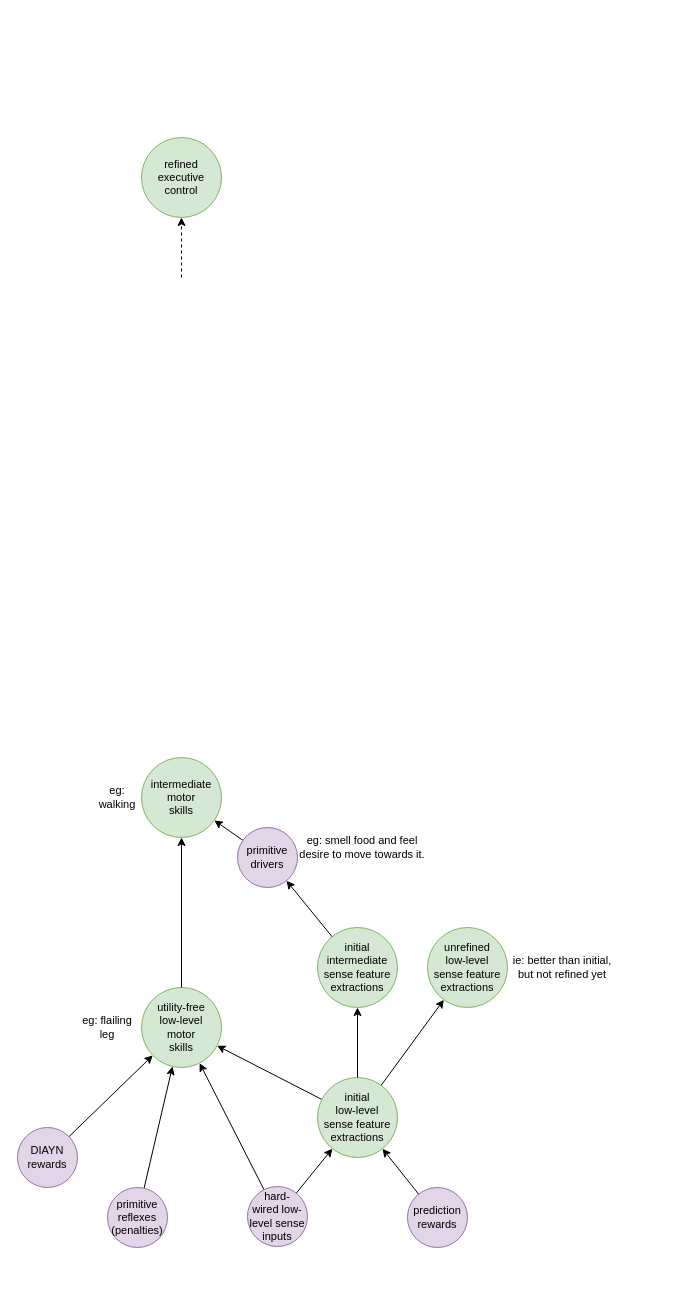
Above: page "dependency-graph" (11 of 11) of files/An-agi-architecture-v1.drawio in malcolmlett/malcolmlett.github.io (draw.io), before the change. Source tidied: cells renumbered, new cells numbered last; positions are measured from the earlier drawing's top-left corner, leaving out a move shared by most shapes. Both pictures are drawn from the tidied source at 100%, with x=0, y=0 at pixel (17, 137).
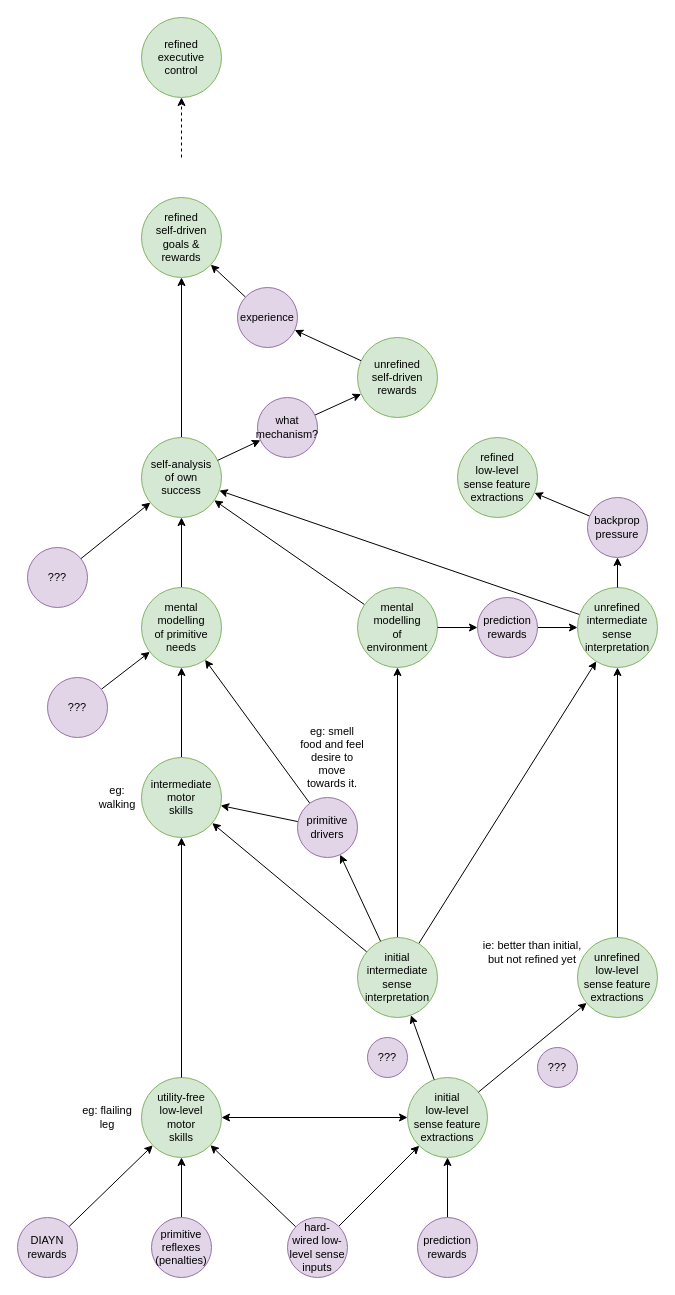
After the change.

Commit message (it also covers changes not shown here):
Capability dependencies

Unchanged cells that the change refers to:
```xml
<mxCell id="13" value="intermediate&lt;br style=&quot;font-size: 11px&quot;&gt;motor&lt;br style=&quot;font-size: 11px&quot;&gt;skills" style="ellipse;whiteSpace=wrap;html=1;fillColor=#d5e8d4;strokeColor=#82b366;fontSize=11;" parent="1" vertex="1">
  <mxGeometry x="124" y="620" width="80" height="80" as="geometry" />
</mxCell>
```

Diff of the diagram source:
```diff
@@
     <mxCell id="4" value="utility-free&lt;br style=&quot;font-size: 11px;&quot;&gt;low-level&lt;br style=&quot;font-size: 11px;&quot;&gt;motor&lt;br style=&quot;font-size: 11px;&quot;&gt;skills" style="ellipse;whiteSpace=wrap;html=1;fillColor=#d5e8d4;strokeColor=#82b366;fontSize=11;" parent="1" vertex="1">
-      <mxGeometry x="124" y="850" width="80" height="80" as="geometry" />
+      <mxGeometry x="124" y="940" width="80" height="80" as="geometry" />
     </mxCell>
@@
-    <mxCell id="6" style="edgeStyle=none;rounded=0;jettySize=auto;html=1;fontSize=11;" parent="1" edge="1" source="7" target="4">
+    <mxCell id="6" style="edgeStyle=none;rounded=0;jettySize=auto;html=1;fontSize=11;startArrow=classic;startFill=1;" parent="1" edge="1" source="7" target="4">
       <mxGeometry relative="1" as="geometry" />
     </mxCell>
     <mxCell id="7" value="initial&lt;br style=&quot;font-size: 11px&quot;&gt;low-level&lt;br&gt;sense feature extractions" style="ellipse;whiteSpace=wrap;html=1;fillColor=#d5e8d4;strokeColor=#82b366;fontSize=11;" parent="1" vertex="1">
-      <mxGeometry x="300" y="940" width="80" height="80" as="geometry" />
+      <mxGeometry x="390" y="940" width="80" height="80" as="geometry" />
     </mxCell>
@@
+    <mxCell id="29" style="edgeStyle=none;rounded=0;jettySize=auto;html=1;fontSize=11;" parent="1" edge="1" source="9" target="13">
+      <mxGeometry relative="1" as="geometry" />
+    </mxCell>
+    <mxCell id="30" style="edgeStyle=none;rounded=0;jettySize=auto;html=1;fontSize=11;" parent="1" edge="1" source="9" target="37">
+      <mxGeometry relative="1" as="geometry" />
+    </mxCell>
+    <mxCell id="31" style="edgeStyle=none;rounded=0;jettySize=auto;html=1;fontSize=11;" parent="1" edge="1" source="9" target="49">
+      <mxGeometry relative="1" as="geometry" />
+    </mxCell>
-    <mxCell id="9" value="initial&lt;br style=&quot;font-size: 11px&quot;&gt;intermediate sense feature extractions" style="ellipse;whiteSpace=wrap;html=1;fillColor=#d5e8d4;strokeColor=#82b366;fontSize=11;" parent="1" vertex="1">
-      <mxGeometry x="300" y="790" width="80" height="80" as="geometry" />
+    <mxCell id="9" value="initial&lt;br style=&quot;font-size: 11px&quot;&gt;intermediate sense interpretation" style="ellipse;whiteSpace=wrap;html=1;fillColor=#d5e8d4;strokeColor=#82b366;fontSize=11;" parent="1" vertex="1">
+      <mxGeometry x="340" y="800" width="80" height="80" as="geometry" />
     </mxCell>
     <mxCell id="10" value="eg: flailing leg" style="text;html=1;strokeColor=none;fillColor=none;align=center;verticalAlign=middle;whiteSpace=wrap;rounded=0;fontSize=11;" parent="1" vertex="1">
-      <mxGeometry x="60" y="870" width="60" height="40" as="geometry" />
+      <mxGeometry x="60" y="960" width="60" height="40" as="geometry" />
     </mxCell>
@@
+    <mxCell id="32" style="edgeStyle=none;rounded=0;jettySize=auto;html=1;fontSize=11;" parent="1" edge="1" source="13" target="39">
+      <mxGeometry relative="1" as="geometry" />
+    </mxCell>
@@
+    <mxCell id="33" style="edgeStyle=none;rounded=0;jettySize=auto;html=1;fontSize=11;" parent="1" edge="1" source="16" target="49">
+      <mxGeometry relative="1" as="geometry" />
+    </mxCell>
     <mxCell id="16" value="unrefined&lt;br&gt;low-level&lt;br&gt;sense feature extractions" style="ellipse;whiteSpace=wrap;html=1;fillColor=#d5e8d4;strokeColor=#82b366;fontSize=11;" parent="1" vertex="1">
-      <mxGeometry x="410" y="790" width="80" height="80" as="geometry" />
+      <mxGeometry x="560" y="800" width="80" height="80" as="geometry" />
     </mxCell>
@@
+    <mxCell id="34" style="edgeStyle=none;rounded=0;jettySize=auto;html=1;fontSize=11;" parent="1" edge="1" source="18" target="39">
+      <mxGeometry relative="1" as="geometry" />
+    </mxCell>
     <mxCell id="18" value="primitive&lt;br&gt;drivers" style="ellipse;whiteSpace=wrap;html=1;fillColor=#e1d5e7;strokeColor=#9673a6;fontSize=11;" parent="1" vertex="1">
-      <mxGeometry x="220" y="690" width="60" height="60" as="geometry" />
+      <mxGeometry x="280" y="660" width="60" height="60" as="geometry" />
     </mxCell>
     <mxCell id="19" value="primitive&lt;br&gt;reflexes&lt;br&gt;(penalties)" style="ellipse;whiteSpace=wrap;html=1;fillColor=#e1d5e7;strokeColor=#9673a6;fontSize=11;" parent="1" vertex="1">
-      <mxGeometry x="90" y="1050" width="60" height="60" as="geometry" />
+      <mxGeometry x="134" y="1080" width="60" height="60" as="geometry" />
     </mxCell>
     <mxCell id="20" value="hard-&lt;br&gt;wired low- level sense&lt;br&gt;inputs" style="ellipse;whiteSpace=wrap;html=1;fillColor=#e1d5e7;strokeColor=#9673a6;fontSize=11;" parent="1" vertex="1">
-      <mxGeometry x="230" y="1049" width="60" height="60" as="geometry" />
+      <mxGeometry x="270" y="1080" width="60" height="60" as="geometry" />
     </mxCell>
     <mxCell id="21" value="ie: better than initial, but not refined yet" style="text;html=1;strokeColor=none;fillColor=none;align=center;verticalAlign=middle;whiteSpace=wrap;rounded=0;fontSize=11;" parent="1" vertex="1">
-      <mxGeometry x="490" y="815" width="110" height="30" as="geometry" />
+      <mxGeometry x="460" y="800" width="110" height="30" as="geometry" />
     </mxCell>
     <mxCell id="22" value="refined&lt;br&gt;executive&lt;br&gt;control" style="ellipse;whiteSpace=wrap;html=1;fillColor=#d5e8d4;strokeColor=#82b366;fontSize=11;" parent="1" vertex="1">
-      <mxGeometry x="124" width="80" height="80" as="geometry" />
+      <mxGeometry x="124" y="-120" width="80" height="80" as="geometry" />
     </mxCell>
     <mxCell id="23" style="endArrow=classic;html=1;fontSize=11;dashed=1;" parent="1" edge="1" target="22">
       <mxGeometry relative="1" as="geometry">
-        <mxPoint x="164" y="140" as="sourcePoint" />
+        <mxPoint x="164" y="20" as="sourcePoint" />
       </mxGeometry>
     </mxCell>
@@
     <mxCell id="25" value="DIAYN&lt;br&gt;rewards" style="ellipse;whiteSpace=wrap;html=1;fillColor=#e1d5e7;strokeColor=#9673a6;fontSize=11;" parent="1" vertex="1">
-      <mxGeometry y="990" width="60" height="60" as="geometry" />
+      <mxGeometry y="1080" width="60" height="60" as="geometry" />
     </mxCell>
@@
     <mxCell id="27" value="prediction&lt;br&gt;rewards" style="ellipse;whiteSpace=wrap;html=1;fillColor=#e1d5e7;strokeColor=#9673a6;fontSize=11;" parent="1" vertex="1">
-      <mxGeometry x="390" y="1050" width="60" height="60" as="geometry" />
+      <mxGeometry x="400" y="1080" width="60" height="60" as="geometry" />
     </mxCell>
     <mxCell id="28" value="eg: smell food and feel desire to move towards it." style="text;html=1;strokeColor=none;fillColor=none;align=center;verticalAlign=middle;whiteSpace=wrap;rounded=0;fontSize=11;" parent="1" vertex="1">
-      <mxGeometry x="280" y="690" width="130" height="40" as="geometry" />
+      <mxGeometry x="280" y="580" width="70" height="80" as="geometry" />
     </mxCell>
+    <mxCell id="35" style="edgeStyle=none;rounded=0;jettySize=auto;html=1;fontSize=11;" parent="1" edge="1" source="37" target="45">
+      <mxGeometry relative="1" as="geometry" />
+    </mxCell>
+    <mxCell id="36" style="edgeStyle=none;rounded=0;jettySize=auto;html=1;fontSize=11;" parent="1" edge="1" source="50" target="49">
+      <mxGeometry relative="1" as="geometry" />
+    </mxCell>
+    <mxCell id="37" value="mental&lt;br&gt;modelling&lt;br&gt;of&lt;br&gt;environment" style="ellipse;whiteSpace=wrap;html=1;fillColor=#d5e8d4;strokeColor=#82b366;fontSize=11;" parent="1" vertex="1">
+      <mxGeometry x="340" y="450" width="80" height="80" as="geometry" />
+    </mxCell>
+    <mxCell id="38" style="edgeStyle=none;rounded=0;jettySize=auto;html=1;fontSize=11;" parent="1" edge="1" source="39" target="45">
+      <mxGeometry relative="1" as="geometry" />
+    </mxCell>
+    <mxCell id="39" value="mental&lt;br&gt;modelling&lt;br&gt;of primitive&lt;br&gt;needs" style="ellipse;whiteSpace=wrap;html=1;fillColor=#d5e8d4;strokeColor=#82b366;fontSize=11;" parent="1" vertex="1">
+      <mxGeometry x="124" y="450" width="80" height="80" as="geometry" />
+    </mxCell>
+    <mxCell id="40" value="???" style="ellipse;whiteSpace=wrap;html=1;fillColor=#e1d5e7;strokeColor=#9673a6;fontSize=11;" parent="1" vertex="1">
+      <mxGeometry x="520" y="910" width="40" height="40" as="geometry" />
+    </mxCell>
+    <mxCell id="41" value="???" style="ellipse;whiteSpace=wrap;html=1;fillColor=#e1d5e7;strokeColor=#9673a6;fontSize=11;" parent="1" vertex="1">
+      <mxGeometry x="350" y="900" width="40" height="40" as="geometry" />
+    </mxCell>
+    <mxCell id="42" value="refined&lt;br&gt;self-driven&lt;br&gt;goals &amp;amp;&lt;br&gt;rewards" style="ellipse;whiteSpace=wrap;html=1;fillColor=#d5e8d4;strokeColor=#82b366;fontSize=11;" parent="1" vertex="1">
+      <mxGeometry x="124" y="60" width="80" height="80" as="geometry" />
+    </mxCell>
+    <mxCell id="43" style="edgeStyle=none;rounded=0;jettySize=auto;html=1;entryX=0.5;entryY=1;entryDx=0;entryDy=0;fontSize=11;" parent="1" edge="1" source="45" target="42">
+      <mxGeometry relative="1" as="geometry" />
+    </mxCell>
+    <mxCell id="44" style="edgeStyle=none;rounded=0;jettySize=auto;html=1;fontSize=11;" parent="1" edge="1" source="62" target="59">
+      <mxGeometry relative="1" as="geometry" />
+    </mxCell>
+    <mxCell id="45" value="self-analysis&lt;br&gt;of own&lt;br&gt;success" style="ellipse;whiteSpace=wrap;html=1;fillColor=#d5e8d4;strokeColor=#82b366;fontSize=11;" parent="1" vertex="1">
+      <mxGeometry x="124" y="300" width="80" height="80" as="geometry" />
+    </mxCell>
+    <mxCell id="46" style="edgeStyle=none;rounded=0;jettySize=auto;html=1;fontSize=11;" parent="1" edge="1" source="52" target="47">
+      <mxGeometry relative="1" as="geometry" />
+    </mxCell>
+    <mxCell id="47" value="refined&lt;br&gt;low-level&lt;br&gt;sense feature extractions" style="ellipse;whiteSpace=wrap;html=1;fillColor=#d5e8d4;strokeColor=#82b366;fontSize=11;" parent="1" vertex="1">
+      <mxGeometry x="440" y="300" width="80" height="80" as="geometry" />
+    </mxCell>
+    <mxCell id="48" style="edgeStyle=none;rounded=0;jettySize=auto;html=1;startArrow=none;startFill=0;fontSize=11;" parent="1" edge="1" source="49" target="45">
+      <mxGeometry relative="1" as="geometry" />
+    </mxCell>
+    <mxCell id="49" value="unrefined&lt;br&gt;intermediate&lt;br&gt;sense interpretation" style="ellipse;whiteSpace=wrap;html=1;fillColor=#d5e8d4;strokeColor=#82b366;fontSize=11;" parent="1" vertex="1">
+      <mxGeometry x="560" y="450" width="80" height="80" as="geometry" />
+    </mxCell>
+    <mxCell id="50" value="prediction&lt;br&gt;rewards" style="ellipse;whiteSpace=wrap;html=1;fillColor=#e1d5e7;strokeColor=#9673a6;fontSize=11;" parent="1" vertex="1">
+      <mxGeometry x="460" y="460" width="60" height="60" as="geometry" />
+    </mxCell>
+    <mxCell id="51" style="edgeStyle=none;rounded=0;jettySize=auto;html=1;fontSize=11;" parent="1" edge="1" source="37" target="50">
+      <mxGeometry relative="1" as="geometry" />
+    </mxCell>
+    <mxCell id="52" value="backprop&lt;br&gt;pressure" style="ellipse;whiteSpace=wrap;html=1;fillColor=#e1d5e7;strokeColor=#9673a6;fontSize=11;" parent="1" vertex="1">
+      <mxGeometry x="570" y="360" width="60" height="60" as="geometry" />
+    </mxCell>
+    <mxCell id="53" style="edgeStyle=none;rounded=0;jettySize=auto;html=1;fontSize=11;" parent="1" edge="1" source="49" target="52">
+      <mxGeometry relative="1" as="geometry" />
+    </mxCell>
+    <mxCell id="54" style="edgeStyle=none;rounded=0;jettySize=auto;html=1;fontSize=11;" parent="1" edge="1" source="55" target="39">
+      <mxGeometry relative="1" as="geometry" />
+    </mxCell>
+    <mxCell id="55" value="???" style="ellipse;whiteSpace=wrap;html=1;fillColor=#e1d5e7;strokeColor=#9673a6;fontSize=11;" parent="1" vertex="1">
+      <mxGeometry x="30" y="540" width="60" height="60" as="geometry" />
+    </mxCell>
+    <mxCell id="56" style="edgeStyle=none;rounded=0;jettySize=auto;html=1;fontSize=11;" parent="1" edge="1" source="57" target="45">
+      <mxGeometry relative="1" as="geometry" />
+    </mxCell>
+    <mxCell id="57" value="???" style="ellipse;whiteSpace=wrap;html=1;fillColor=#e1d5e7;strokeColor=#9673a6;fontSize=11;" parent="1" vertex="1">
+      <mxGeometry x="10" y="410" width="60" height="60" as="geometry" />
+    </mxCell>
+    <mxCell id="58" style="edgeStyle=none;rounded=0;jettySize=auto;html=1;fontSize=11;" parent="1" edge="1" source="59" target="61">
+      <mxGeometry relative="1" as="geometry" />
+    </mxCell>
+    <mxCell id="59" value="unrefined&lt;br&gt;self-driven&lt;br&gt;rewards" style="ellipse;whiteSpace=wrap;html=1;fillColor=#d5e8d4;strokeColor=#82b366;fontSize=11;" parent="1" vertex="1">
+      <mxGeometry x="340" y="200" width="80" height="80" as="geometry" />
+    </mxCell>
+    <mxCell id="60" style="edgeStyle=none;rounded=0;jettySize=auto;html=1;fontSize=11;" parent="1" edge="1" source="61" target="42">
+      <mxGeometry relative="1" as="geometry" />
+    </mxCell>
+    <mxCell id="61" value="experience" style="ellipse;whiteSpace=wrap;html=1;fillColor=#e1d5e7;strokeColor=#9673a6;fontSize=11;" parent="1" vertex="1">
+      <mxGeometry x="220" y="150" width="60" height="60" as="geometry" />
+    </mxCell>
+    <mxCell id="62" value="what mechanism?" style="ellipse;whiteSpace=wrap;html=1;fillColor=#e1d5e7;strokeColor=#9673a6;fontSize=11;" parent="1" vertex="1">
+      <mxGeometry x="240" y="260" width="60" height="60" as="geometry" />
+    </mxCell>
+    <mxCell id="63" style="edgeStyle=none;rounded=0;jettySize=auto;html=1;fontSize=11;" parent="1" edge="1" source="45" target="62">
+      <mxGeometry relative="1" as="geometry" />
+    </mxCell>
```
